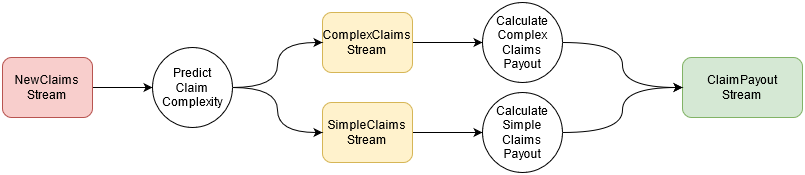
mlatcl/fbp-vs-soa keeps this draw.io diagram as insurance_claims/diagrams/insurance_claims_fbp_ml.png. Above is the earlier version. Source tidied: cells renumbered, new cells last; positions are measured from the earlier drawing's top-left corner, leaving out a move shared by most shapes.
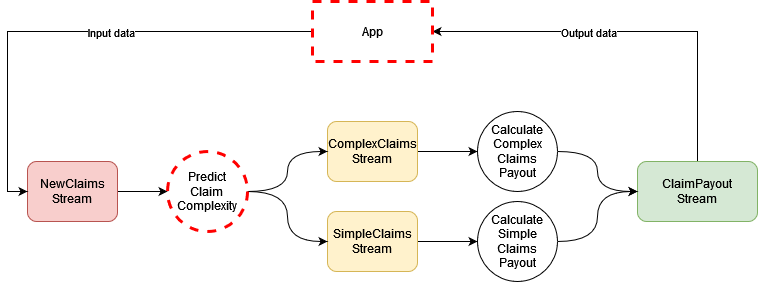
Later version of the same file.

Commit message:
Insurance claims diagrams

Change to the diagram source:
```diff
@@ -2,7 +2,7 @@
   <root>
     <mxCell id="0" />
     <mxCell id="1" parent="0" />
-    <mxCell id="2" style="edgeStyle=orthogonalEdgeStyle;curved=1;rounded=0;jettySize=auto;html=1;" parent="1" edge="1" source="3" target="19">
+    <mxCell id="2" style="edgeStyle=orthogonalEdgeStyle;rounded=0;jettySize=auto;html=1;" parent="1" edge="1" source="3" target="19">
       <mxGeometry relative="1" as="geometry" />
     </mxCell>
     <mxCell id="3" value="&lt;div&gt;NewClaims&lt;/div&gt;&lt;div&gt;Stream&lt;br&gt;&lt;/div&gt;" style="rounded=1;whiteSpace=wrap;html=1;fillColor=#f8cecc;strokeColor=#b85450;" parent="1" vertex="1">
@@ -12,61 +12,60 @@
       <mxGeometry relative="1" as="geometry" />
     </mxCell>
     <mxCell id="5" value="&lt;div&gt;SimpleClaims&lt;/div&gt;&lt;div&gt;Stream&lt;/div&gt;" style="rounded=1;whiteSpace=wrap;html=1;fillColor=#fff2cc;strokeColor=#d6b656;" parent="1" vertex="1">
-      <mxGeometry x="320" y="115" width="90" height="60" as="geometry" />
+      <mxGeometry x="300" y="120" width="90" height="60" as="geometry" />
     </mxCell>
     <mxCell id="6" style="edgeStyle=orthogonalEdgeStyle;rounded=0;jettySize=auto;html=1;" parent="1" edge="1" source="7" target="15">
       <mxGeometry relative="1" as="geometry" />
     </mxCell>
     <mxCell id="7" value="&lt;div&gt;ComplexClaims&lt;/div&gt;&lt;div&gt;Stream&lt;/div&gt;" style="rounded=1;whiteSpace=wrap;html=1;fillColor=#fff2cc;strokeColor=#d6b656;" parent="1" vertex="1">
-      <mxGeometry x="320" y="25" width="90" height="60" as="geometry" />
+      <mxGeometry x="300" y="30" width="90" height="60" as="geometry" />
     </mxCell>
+    <mxCell id="20" style="edgeStyle=orthogonalEdgeStyle;rounded=0;jettySize=auto;html=1;entryX=1;entryY=0.5;entryDx=0;entryDy=0;" parent="1" edge="1" source="8" target="24">
+      <mxGeometry relative="1" as="geometry">
+        <Array as="points">
+          <mxPoint x="670" y="-60" />
+        </Array>
+      </mxGeometry>
+    </mxCell>
+    <mxCell id="21" value="Output data" style="edgeLabel;html=1;align=center;verticalAlign=middle;" parent="20" vertex="1">
+      <mxGeometry x="0.22" y="3" relative="1" as="geometry">
+        <mxPoint y="-3" as="offset" />
+      </mxGeometry>
+    </mxCell>
     <mxCell id="8" value="&lt;div&gt;ClaimPayout&lt;/div&gt;&lt;div&gt;Stream&lt;/div&gt;" style="rounded=1;whiteSpace=wrap;html=1;fillColor=#d5e8d4;strokeColor=#82b366;" parent="1" vertex="1">
-      <mxGeometry x="680" y="70" width="120" height="60" as="geometry" />
+      <mxGeometry x="610" y="70" width="120" height="60" as="geometry" />
     </mxCell>
-    <mxCell id="9" style="edgeStyle=orthogonalEdgeStyle;rounded=0;jettySize=auto;html=1;" parent="1" edge="1" target="x">
-      <mxGeometry relative="1" as="geometry">
-        <mxPoint x="85" as="sourcePoint" />
-      </mxGeometry>
-    </mxCell>
-    <mxCell id="10" style="edgeStyle=orthogonalEdgeStyle;rounded=0;jettySize=auto;html=1;curved=1;" parent="1" edge="1" target="x">
-      <mxGeometry relative="1" as="geometry">
-        <mxPoint x="220" y="100" as="sourcePoint" />
-      </mxGeometry>
+    <mxCell id="10" style="edgeStyle=orthogonalEdgeStyle;rounded=0;jettySize=auto;html=1;curved=1;entryX=0;entryY=0.5;entryDx=0;entryDy=0;" parent="1" edge="1" source="19" target="7">
+      <mxGeometry relative="1" as="geometry" />
     </mxCell>
-    <mxCell id="11" style="edgeStyle=orthogonalEdgeStyle;rounded=0;jettySize=auto;html=1;entryX=0;entryY=0.5;entryDx=0;entryDy=0;curved=1;" parent="1" edge="1" target="x">
-      <mxGeometry relative="1" as="geometry">
-        <mxPoint x="220" y="100" as="sourcePoint" />
-      </mxGeometry>
+    <mxCell id="11" style="edgeStyle=orthogonalEdgeStyle;rounded=0;jettySize=auto;html=1;entryX=0;entryY=0.5;entryDx=0;entryDy=0;curved=1;" parent="1" edge="1" source="19" target="5">
+      <mxGeometry relative="1" as="geometry" />
     </mxCell>
+    <mxCell id="19" value="&lt;div&gt;Predict&lt;/div&gt;&lt;div&gt;Claim&lt;/div&gt;&lt;div&gt;Complexity&lt;br&gt;&lt;/div&gt;" style="ellipse;whiteSpace=wrap;html=1;dashed=1;strokeColor=#FF0000;strokeWidth=3;" parent="1" vertex="1">
+      <mxGeometry x="140" y="60" width="80" height="80" as="geometry" />
+    </mxCell>
     <mxCell id="12" style="edgeStyle=orthogonalEdgeStyle;rounded=0;jettySize=auto;html=1;entryX=0;entryY=0.5;entryDx=0;entryDy=0;curved=1;" parent="1" edge="1" source="13" target="8">
       <mxGeometry relative="1" as="geometry" />
     </mxCell>
     <mxCell id="13" value="&lt;div&gt;Calculate&lt;/div&gt;&lt;div&gt;Simple&lt;/div&gt;&lt;div&gt;Claims&lt;/div&gt;&lt;div&gt;Payout&lt;/div&gt;" style="ellipse;whiteSpace=wrap;html=1;" parent="1" vertex="1">
-      <mxGeometry x="480" y="105" width="80" height="80" as="geometry" />
+      <mxGeometry x="450" y="110" width="80" height="80" as="geometry" />
     </mxCell>
     <mxCell id="14" style="edgeStyle=orthogonalEdgeStyle;rounded=0;jettySize=auto;html=1;curved=1;" parent="1" edge="1" source="15" target="8">
       <mxGeometry relative="1" as="geometry" />
     </mxCell>
     <mxCell id="15" value="&lt;div&gt;Calculate&lt;/div&gt;&lt;div&gt;Complex&lt;/div&gt;&lt;div&gt;Claims&lt;/div&gt;&lt;div&gt;Payout&lt;/div&gt;" style="ellipse;whiteSpace=wrap;html=1;" parent="1" vertex="1">
-      <mxGeometry x="480" y="15" width="80" height="80" as="geometry" />
+      <mxGeometry x="450" y="20" width="80" height="80" as="geometry" />
     </mxCell>
-    <mxCell id="16" style="edgeStyle=orthogonalEdgeStyle;rounded=0;jettySize=auto;html=1;curved=1;" parent="1" edge="1" target="x">
-      <mxGeometry relative="1" as="geometry">
-        <mxPoint x="220" y="100" as="sourcePoint" />
-        <Array as="points">
-          <mxPoint x="250" y="100" />
-          <mxPoint x="250" y="60" />
-        </Array>
-      </mxGeometry>
-    </mxCell>
-    <mxCell id="17" style="edgeStyle=orthogonalEdgeStyle;curved=1;rounded=0;jettySize=auto;html=1;" parent="1" edge="1" source="19" target="7">
-      <mxGeometry relative="1" as="geometry" />
-    </mxCell>
-    <mxCell id="18" style="edgeStyle=orthogonalEdgeStyle;curved=1;rounded=0;jettySize=auto;html=1;" parent="1" edge="1" source="19" target="5">
-      <mxGeometry relative="1" as="geometry" />
-    </mxCell>
-    <mxCell id="19" value="&lt;div&gt;Predict&lt;/div&gt;&lt;div&gt;Claim&lt;/div&gt;&lt;div&gt;Complexity&lt;/div&gt;" style="ellipse;whiteSpace=wrap;html=1;" parent="1" vertex="1">
-      <mxGeometry x="150" y="60" width="80" height="80" as="geometry" />
-    </mxCell>
+    <mxCell id="22" style="edgeStyle=orthogonalEdgeStyle;rounded=0;jettySize=auto;html=1;entryX=0;entryY=0.5;entryDx=0;entryDy=0;" parent="1" edge="1" source="24" target="3">
+      <mxGeometry relative="1" as="geometry" />
+    </mxCell>
+    <mxCell id="23" value="Input data" style="edgeLabel;html=1;align=center;verticalAlign=middle;" parent="22" vertex="1">
+      <mxGeometry x="-0.17" y="-2" relative="1" as="geometry">
+        <mxPoint y="2" as="offset" />
+      </mxGeometry>
+    </mxCell>
+    <mxCell id="24" value="&lt;div&gt;App&lt;/div&gt;" style="rounded=0;whiteSpace=wrap;html=1;dashed=1;strokeWidth=3;strokeColor=#FF0000;" parent="1" vertex="1">
+      <mxGeometry x="285" y="-90" width="120" height="60" as="geometry" />
+    </mxCell>
   </root>
 </mxGraphModel>
```
